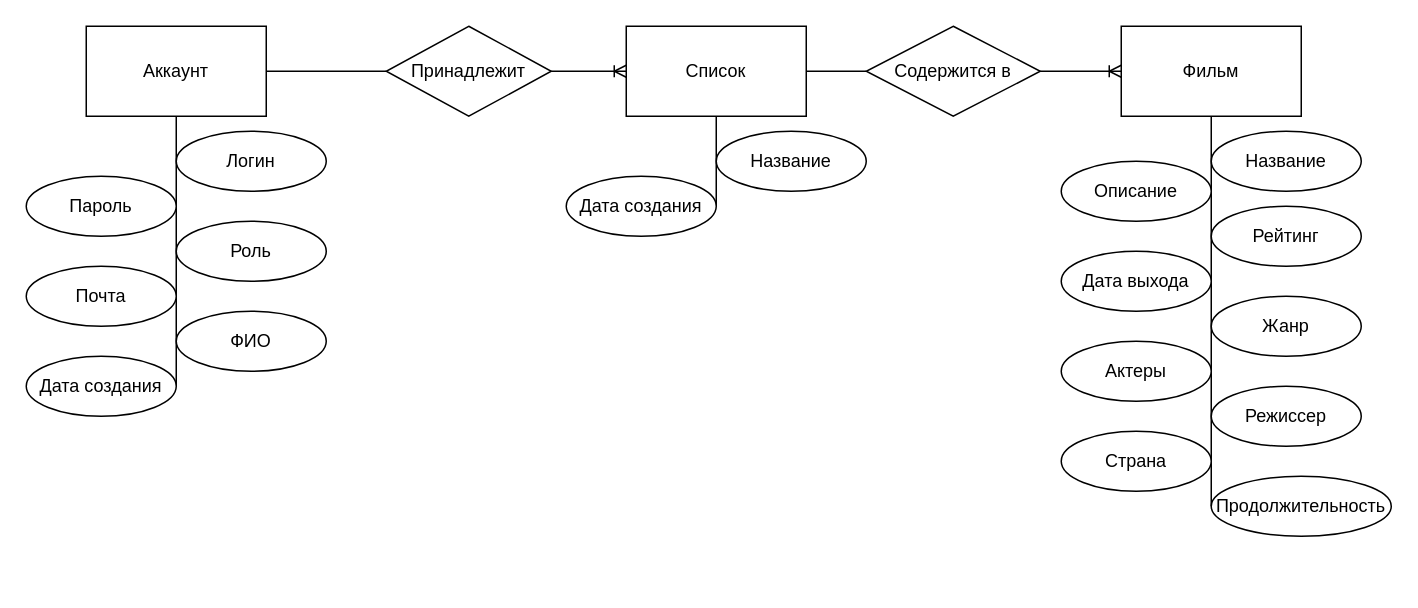
SerafimKuzmin/sd keeps this draw.io diagram as docs/img/er.drawio. Above is the earlier version. Source tidied: cells renumbered, new cells numbered last; positions are measured from the earlier drawing's top-left corner, leaving out a move shared by most shapes. Both pictures are drawn from the tidied source at 150%, with x=0, y=0 at pixel (26, 26).
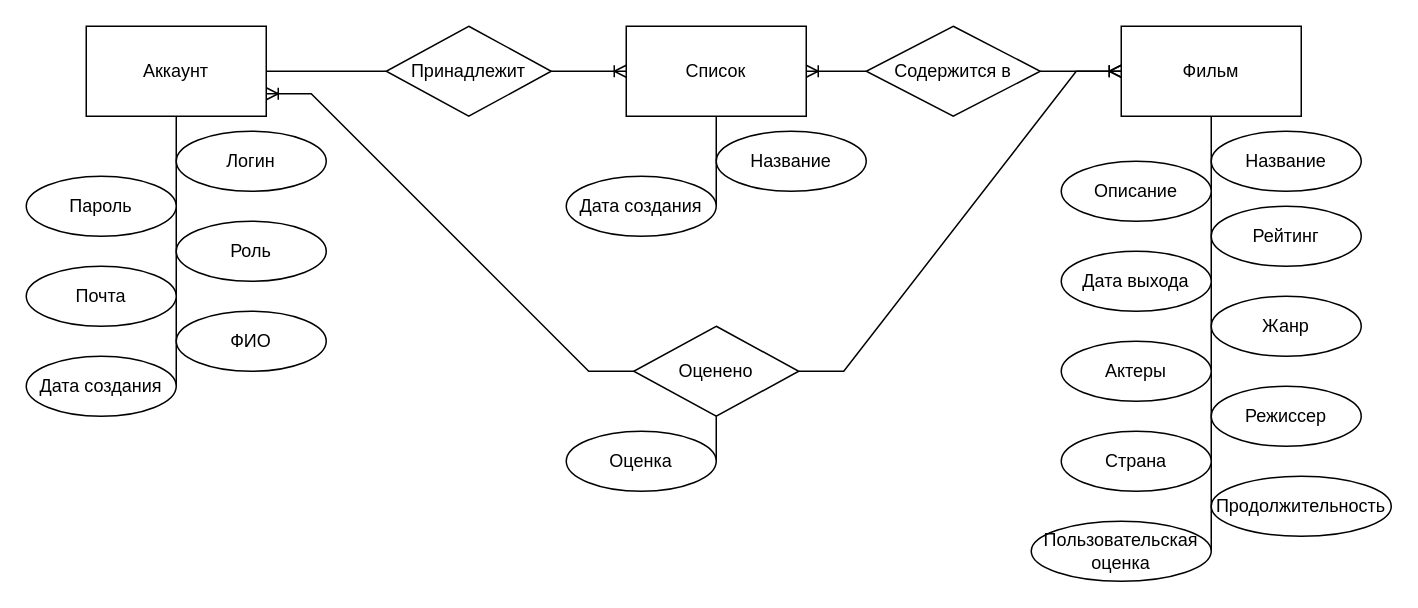
The same diagram, later.

Unchanged cells that the change refers to:
```xml
<mxCell id="3" value="Фильм" style="rounded=0;whiteSpace=wrap;html=1;" parent="1" vertex="1">
  <mxGeometry x="730" width="120" height="60" as="geometry" />
</mxCell>
<mxCell id="6" value="Список" style="rounded=0;whiteSpace=wrap;html=1;" parent="1" vertex="1">
  <mxGeometry x="400" width="120" height="60" as="geometry" />
</mxCell>
<mxCell id="9" value="Аккаунт" style="rounded=0;whiteSpace=wrap;html=1;" parent="1" vertex="1">
  <mxGeometry x="40" width="120" height="60" as="geometry" />
</mxCell>
<mxCell id="10" value="Содержится в " style="rhombus;whiteSpace=wrap;html=1;" parent="1" vertex="1">
  <mxGeometry x="560" width="116" height="60" as="geometry" />
</mxCell>
<mxCell id="30" value="Продолжительность" style="ellipse;whiteSpace=wrap;html=1;align=center;" parent="1" vertex="1">
  <mxGeometry x="790" y="300" width="120" height="40" as="geometry" />
</mxCell>
```

Change to the diagram source:
```diff
@@
-    <mxCell id="2" style="rounded=0;jettySize=auto;html=1;exitX=0.5;exitY=1;exitDx=0;exitDy=0;entryX=0;entryY=0.5;entryDx=0;entryDy=0;endArrow=none;endFill=0;" parent="1" edge="1" source="3" target="30">
+    <mxCell id="2" style="rounded=0;jettySize=auto;html=1;exitX=0.5;exitY=1;exitDx=0;exitDy=0;entryX=1;entryY=0.5;entryDx=0;entryDy=0;endArrow=none;endFill=0;" parent="1" edge="1" source="3" target="34">
       <mxGeometry relative="1" as="geometry" />
     </mxCell>
@@
-    <mxCell id="4" style="edgeStyle=orthogonalEdgeStyle;rounded=0;jettySize=auto;html=1;exitX=1;exitY=0.5;exitDx=0;exitDy=0;entryX=0;entryY=0.5;entryDx=0;entryDy=0;endArrow=none;endFill=0;" parent="1" edge="1" source="6" target="10">
-      <mxGeometry relative="1" as="geometry" />
-    </mxCell>
@@
+    <mxCell id="31" style="edgeStyle=entityRelationEdgeStyle;fontSize=12;html=1;endArrow=ERoneToMany;rounded=0;exitX=0;exitY=0.5;exitDx=0;exitDy=0;entryX=1;entryY=0.5;entryDx=0;entryDy=0;" parent="1" edge="1" source="10" target="6">
+      <mxGeometry relative="1" as="geometry" />
+    </mxCell>
+    <mxCell id="32" style="edgeStyle=orthogonalEdgeStyle;rounded=0;jettySize=auto;html=1;exitX=0.5;exitY=1;exitDx=0;exitDy=0;entryX=1;entryY=0.5;entryDx=0;entryDy=0;endArrow=none;endFill=0;" parent="1" edge="1" source="33" target="37">
+      <mxGeometry relative="1" as="geometry" />
+    </mxCell>
+    <mxCell id="33" value="Оценено" style="rhombus;whiteSpace=wrap;html=1;" parent="1" vertex="1">
+      <mxGeometry x="405" y="200" width="110" height="60" as="geometry" />
+    </mxCell>
+    <mxCell id="34" value="Пользовательская оценка" style="ellipse;whiteSpace=wrap;html=1;align=center;" parent="1" vertex="1">
+      <mxGeometry x="670" y="330" width="120" height="40" as="geometry" />
+    </mxCell>
+    <mxCell id="35" style="edgeStyle=entityRelationEdgeStyle;fontSize=12;html=1;endArrow=ERoneToMany;rounded=0;exitX=1;exitY=0.5;exitDx=0;exitDy=0;entryX=0;entryY=0.5;entryDx=0;entryDy=0;" parent="1" edge="1" source="33" target="3">
+      <mxGeometry relative="1" as="geometry" />
+    </mxCell>
+    <mxCell id="36" style="edgeStyle=entityRelationEdgeStyle;fontSize=12;html=1;endArrow=ERoneToMany;rounded=0;exitX=0;exitY=0.5;exitDx=0;exitDy=0;entryX=1;entryY=0.75;entryDx=0;entryDy=0;" parent="1" edge="1" source="33" target="9">
+      <mxGeometry relative="1" as="geometry" />
+    </mxCell>
+    <mxCell id="37" value="Оценка" style="ellipse;whiteSpace=wrap;html=1;align=center;" parent="1" vertex="1">
+      <mxGeometry x="360" y="270" width="100" height="40" as="geometry" />
+    </mxCell>
```
